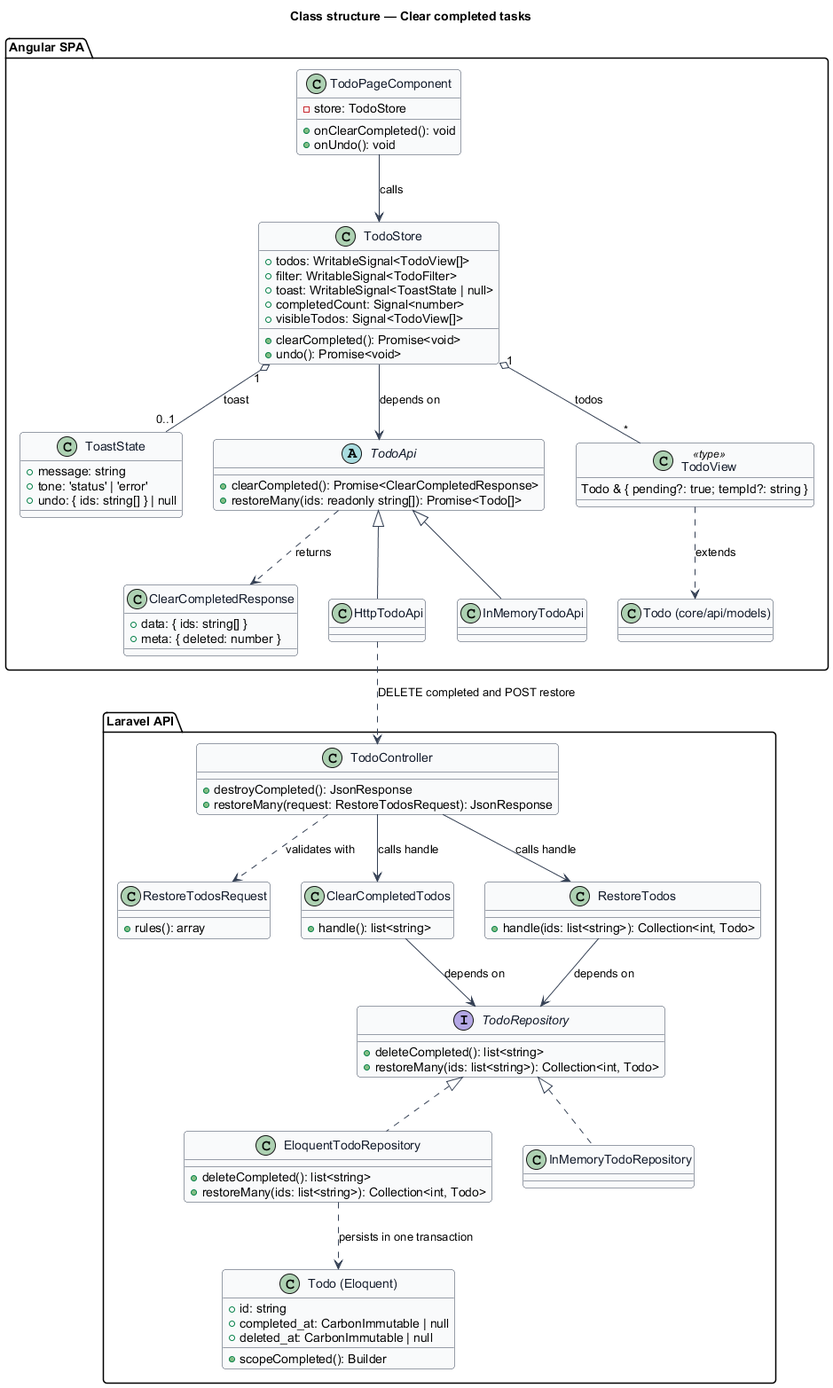
This is docs/detailed-designs/task-removal/clear-completed-tasks/diagrams/class-structure.png from QuinntyneBrown/php-todo-lab, a PlantUML export, as it was before one commit.
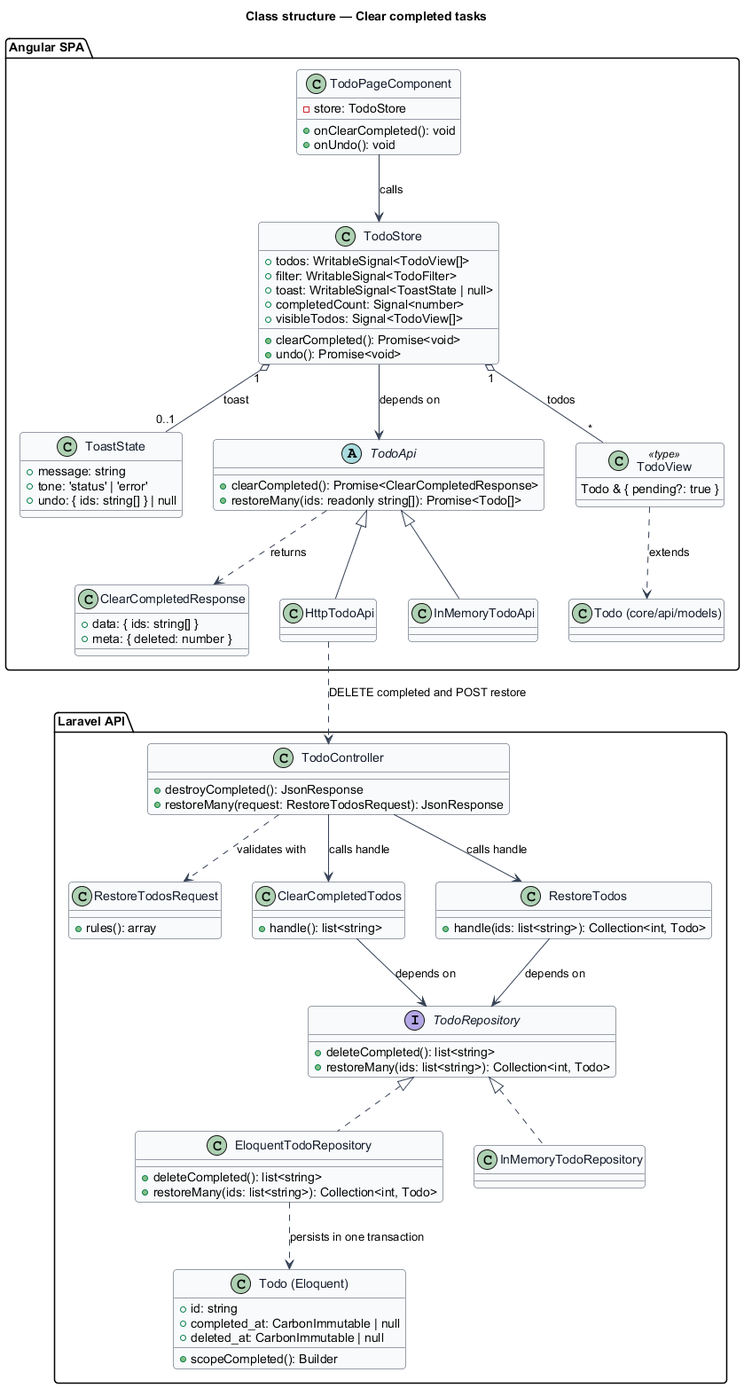
After the change.

What changed in the source:
```diff
@@ -43,7 +43,7 @@
   class InMemoryTodoApi
   class "Todo (core/api/models)" as Todo
   class TodoView <<type>> {
-    Todo & { pending?: true; tempId?: string }
+    Todo & { pending?: true }
   }
 }
 
```
